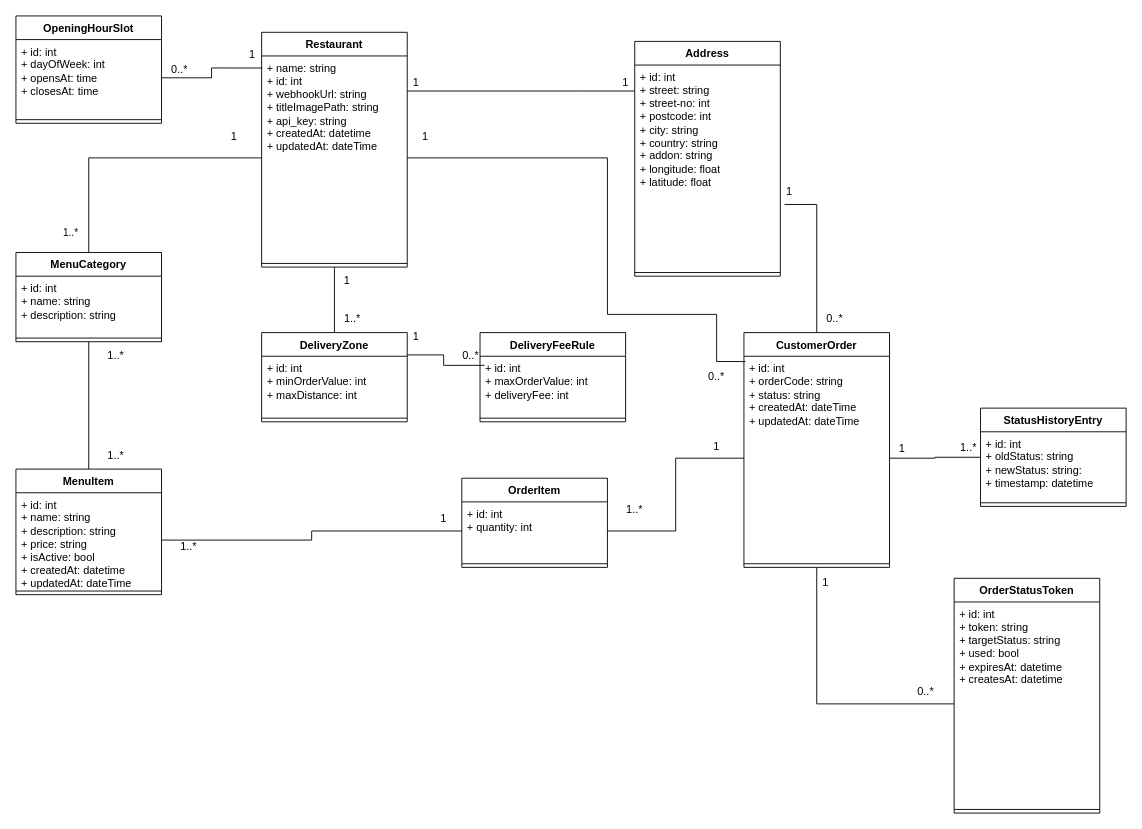
merlibird/bite-project keeps this draw.io diagram as docs/UML-Diagramm_db.drawio. Above is the earlier version. Source tidied: cells renumbered, new cells numbered last; positions are measured from the earlier drawing's top-left corner, leaving out a move shared by most shapes. Both pictures are drawn from the tidied source at 91%, with x=0, y=0 at pixel (15, 15).
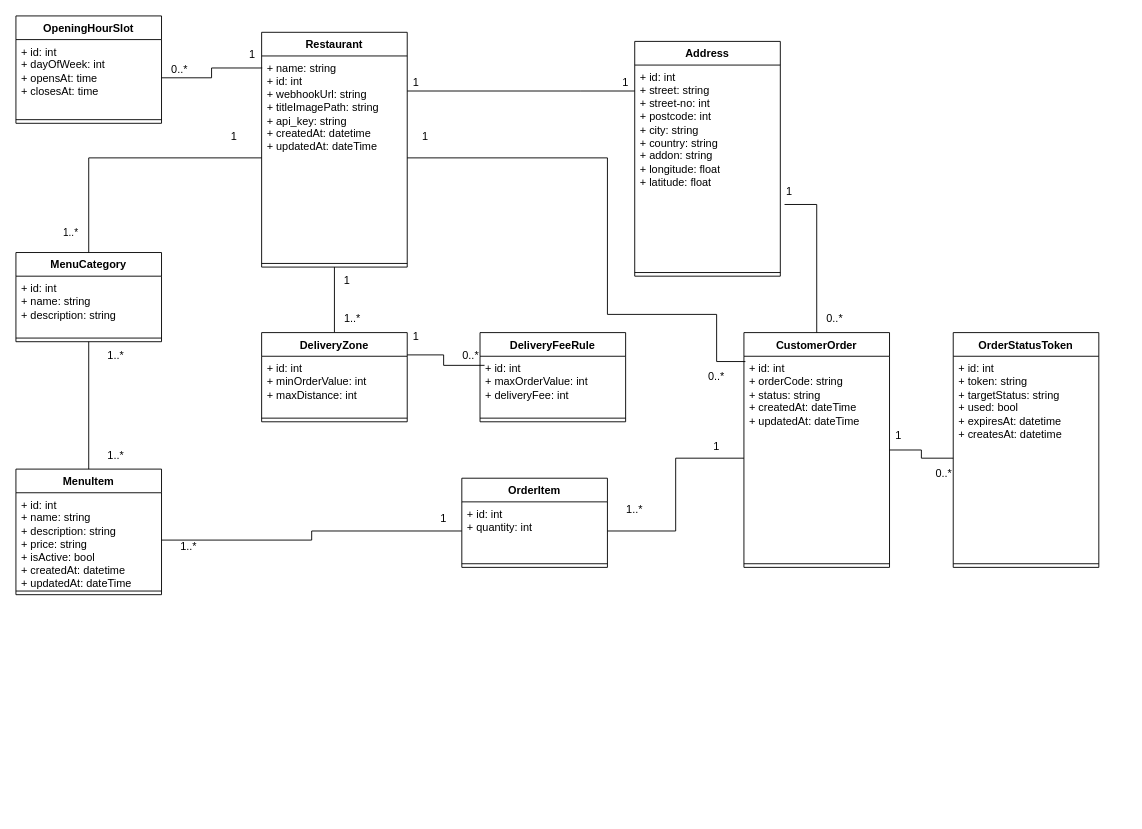
Above is the later version.

The change refers to these unchanged cells:
```xml
<mxCell id="40" value="+ id: int&lt;div&gt;+ orderCode: string&lt;br&gt;&lt;div&gt;+ status: string&lt;/div&gt;&lt;div&gt;+ createdAt: dateTime&lt;/div&gt;&lt;/div&gt;&lt;div&gt;+ updatedAt: dateTime&lt;/div&gt;" style="text;strokeColor=none;fillColor=none;align=left;verticalAlign=top;spacingLeft=4;spacingRight=4;overflow=hidden;points=[[0,0.5],[1,0.5]];portConstraint=eastwest;whiteSpace=wrap;html=1;" parent="39" vertex="1">
  <mxGeometry y="26" width="160" height="224" as="geometry" />
</mxCell>
```

The edit, as a diff of the source:
```diff
@@
-    <mxCell id="57" value="StatusHistoryEntry" style="swimlane;fontStyle=1;align=center;verticalAlign=top;horizontal=1;startSize=26;whiteSpace=wrap;html=1;" parent="1" vertex="1">
-      <mxGeometry x="1060" y="431" width="160" height="108" as="geometry" />
-    </mxCell>
-    <mxCell id="58" value="+ id: int&amp;nbsp;&lt;div&gt;+ oldStatus: string&lt;/div&gt;&lt;div&gt;+ newStatus: string:&lt;/div&gt;&lt;div&gt;+ timestamp: datetime&lt;/div&gt;" style="text;strokeColor=none;fillColor=none;align=left;verticalAlign=top;spacingLeft=4;spacingRight=4;overflow=hidden;whiteSpace=wrap;html=1;" parent="57" vertex="1">
-      <mxGeometry y="26" width="160" height="74" as="geometry" />
-    </mxCell>
-    <mxCell id="59" style="line;strokeWidth=1;fillColor=none;align=left;verticalAlign=middle;spacingTop=-1;spacingLeft=3;spacingRight=3;labelPosition=right;strokeColor=inherit;" parent="57" vertex="1">
-      <mxGeometry y="100" width="160" height="8" as="geometry" />
-    </mxCell>
-    <mxCell id="60" value="1..*" style="text;html=1;whiteSpace=wrap;strokeColor=none;fillColor=none;align=center;verticalAlign=middle;rounded=0;" parent="1" vertex="1">
-      <mxGeometry x="1017" y="460" width="60" height="30" as="geometry" />
-    </mxCell>
     <mxCell id="61" value="OrderStatusToken" style="swimlane;fontStyle=1;align=center;verticalAlign=top;horizontal=1;startSize=26;whiteSpace=wrap;html=1;" parent="1" vertex="1">
-      <mxGeometry x="1031" y="618" width="160" height="258" as="geometry" />
+      <mxGeometry x="1030" y="348" width="160" height="258" as="geometry" />
     </mxCell>
@@
     <mxCell id="64" value="1" style="text;html=1;whiteSpace=wrap;strokeColor=none;fillColor=none;align=center;verticalAlign=middle;rounded=0;" parent="1" vertex="1">
-      <mxGeometry x="860" y="608" width="60" height="30" as="geometry" />
+      <mxGeometry x="940" y="446" width="60" height="30" as="geometry" />
     </mxCell>
     <mxCell id="65" value="0..*" style="text;html=1;whiteSpace=wrap;strokeColor=none;fillColor=none;align=center;verticalAlign=middle;rounded=0;" parent="1" vertex="1">
-      <mxGeometry x="970" y="728" width="60" height="30" as="geometry" />
+      <mxGeometry x="990" y="488" width="60" height="30" as="geometry" />
     </mxCell>
@@
-    <mxCell id="67" style="edgeStyle=orthogonalEdgeStyle;rounded=0;jettySize=auto;html=1;exitX=1;exitY=0.5;exitDx=0;exitDy=0;endArrow=none;endFill=0;" parent="1" edge="1" source="40" target="57">
-      <mxGeometry relative="1" as="geometry" />
-    </mxCell>
-    <mxCell id="68" value="1" style="text;html=1;whiteSpace=wrap;strokeColor=none;fillColor=none;align=center;verticalAlign=middle;rounded=0;" parent="1" vertex="1">
-      <mxGeometry x="944" y="461" width="60" height="30" as="geometry" />
-    </mxCell>
```
